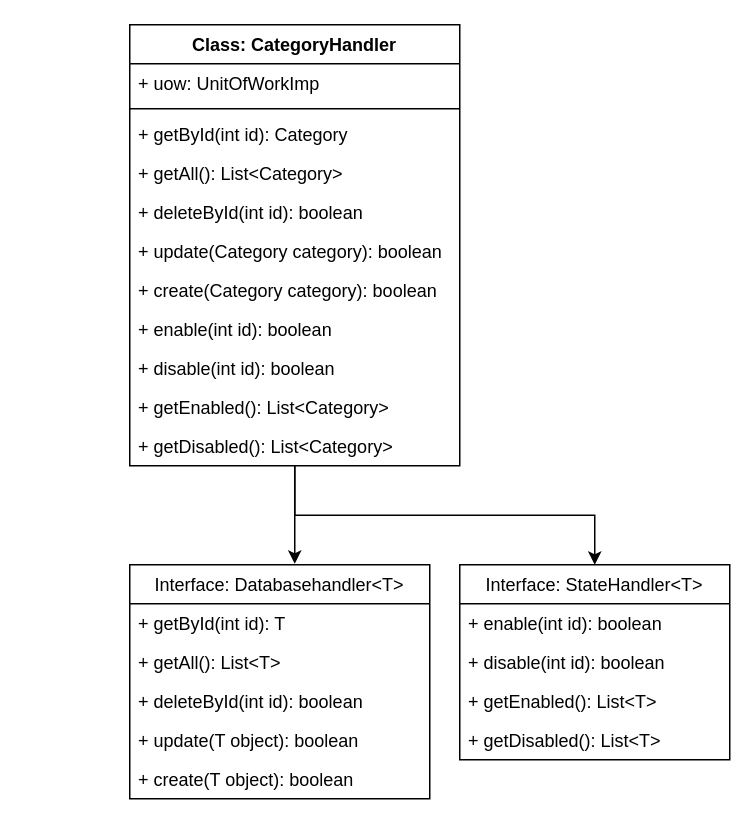
Earlier version of the draw.io diagram page "SRP-1" (1 of 15) of file/ASE_Diagramme.drawio (Nilsksk/Costtracker). Source tidied: cells renumbered, new cells numbered last; positions are measured from the earlier drawing's top-left corner, leaving out a move shared by most shapes. Both pictures are drawn from the tidied source at 150%, with x=0, y=0 at pixel (129, 24).
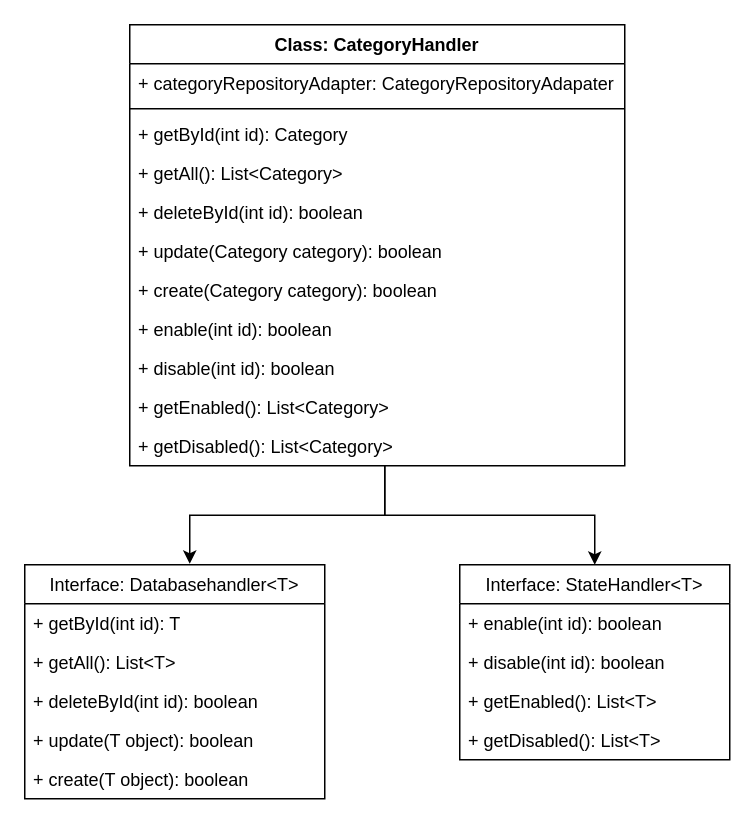
After the change.

The change refers to these unchanged cells:
```xml
<mxCell id="22" value="Interface: StateHandler&lt;T&gt;" style="swimlane;fontStyle=0;horizontal=1;startSize=26;fillColor=none;" parent="1" vertex="1">
  <mxGeometry x="220" y="360" width="180" height="130" as="geometry" />
</mxCell>
```

The edit, as a diff of the source:
```diff
@@
     <mxCell id="2" style="edgeStyle=orthogonalEdgeStyle;rounded=0;jettySize=auto;html=1;entryX=0.55;entryY=-0.004;entryDx=0;entryDy=0;entryPerimeter=0;" parent="1" edge="1" source="4" target="16">
-      <mxGeometry relative="1" as="geometry" />
+      <mxGeometry relative="1" as="geometry">
+        <Array as="points">
+          <mxPoint x="170" y="327" />
+          <mxPoint x="40" y="327" />
+        </Array>
+      </mxGeometry>
     </mxCell>
     <mxCell id="3" style="edgeStyle=orthogonalEdgeStyle;rounded=0;jettySize=auto;html=1;entryX=0.5;entryY=0;entryDx=0;entryDy=0;" parent="1" edge="1" source="4" target="22">
-      <mxGeometry relative="1" as="geometry" />
+      <mxGeometry relative="1" as="geometry">
+        <Array as="points">
+          <mxPoint x="170" y="327" />
+          <mxPoint x="310" y="327" />
+        </Array>
+      </mxGeometry>
     </mxCell>
     <mxCell id="4" value="Class: CategoryHandler" style="swimlane;fontStyle=1;align=center;verticalAlign=top;horizontal=1;startSize=26;" parent="1" vertex="1">
-      <mxGeometry width="220" height="294" as="geometry" />
+      <mxGeometry width="330" height="294" as="geometry" />
     </mxCell>
-    <mxCell id="5" value="+ uow: UnitOfWorkImp" style="text;strokeColor=none;fillColor=none;align=left;verticalAlign=top;spacingLeft=4;spacingRight=4;overflow=hidden;" parent="4" vertex="1">
-      <mxGeometry y="26" width="220" height="26" as="geometry" />
+    <mxCell id="5" value="+ categoryRepositoryAdapter: CategoryRepositoryAdapater" style="text;strokeColor=none;fillColor=none;align=left;verticalAlign=top;spacingLeft=4;spacingRight=4;overflow=hidden;" parent="4" vertex="1">
+      <mxGeometry y="26" width="330" height="26" as="geometry" />
     </mxCell>
     <mxCell id="6" style="line;strokeWidth=1;fillColor=none;align=left;verticalAlign=middle;spacingTop=-1;spacingLeft=3;spacingRight=3;labelPosition=right;" parent="4" vertex="1">
-      <mxGeometry y="52" width="220" height="8" as="geometry" />
+      <mxGeometry y="52" width="330" height="8" as="geometry" />
     </mxCell>
     <mxCell id="7" value="+ getById(int id): Category" style="text;strokeColor=none;fillColor=none;align=left;verticalAlign=top;spacingLeft=4;spacingRight=4;overflow=hidden;" parent="4" vertex="1">
-      <mxGeometry y="60" width="220" height="26" as="geometry" />
+      <mxGeometry y="60" width="330" height="26" as="geometry" />
     </mxCell>
     <mxCell id="8" value="+ getAll(): List&lt;Category&gt;" style="text;strokeColor=none;fillColor=none;align=left;verticalAlign=top;spacingLeft=4;spacingRight=4;overflow=hidden;" parent="4" vertex="1">
-      <mxGeometry y="86" width="220" height="26" as="geometry" />
+      <mxGeometry y="86" width="330" height="26" as="geometry" />
     </mxCell>
     <mxCell id="9" value="+ deleteById(int id): boolean" style="text;strokeColor=none;fillColor=none;align=left;verticalAlign=top;spacingLeft=4;spacingRight=4;overflow=hidden;" parent="4" vertex="1">
-      <mxGeometry y="112" width="220" height="26" as="geometry" />
+      <mxGeometry y="112" width="330" height="26" as="geometry" />
     </mxCell>
     <mxCell id="10" value="+ update(Category category): boolean" style="text;strokeColor=none;fillColor=none;align=left;verticalAlign=top;spacingLeft=4;spacingRight=4;overflow=hidden;" parent="4" vertex="1">
-      <mxGeometry y="138" width="220" height="26" as="geometry" />
+      <mxGeometry y="138" width="330" height="26" as="geometry" />
     </mxCell>
     <mxCell id="11" value="+ create(Category category): boolean" style="text;strokeColor=none;fillColor=none;align=left;verticalAlign=top;spacingLeft=4;spacingRight=4;overflow=hidden;" parent="4" vertex="1">
-      <mxGeometry y="164" width="220" height="26" as="geometry" />
+      <mxGeometry y="164" width="330" height="26" as="geometry" />
     </mxCell>
     <mxCell id="12" value="+ enable(int id): boolean" style="text;strokeColor=none;fillColor=none;align=left;verticalAlign=top;spacingLeft=4;spacingRight=4;overflow=hidden;" parent="4" vertex="1">
-      <mxGeometry y="190" width="220" height="26" as="geometry" />
+      <mxGeometry y="190" width="330" height="26" as="geometry" />
     </mxCell>
     <mxCell id="13" value="+ disable(int id): boolean" style="text;strokeColor=none;fillColor=none;align=left;verticalAlign=top;spacingLeft=4;spacingRight=4;overflow=hidden;" parent="4" vertex="1">
-      <mxGeometry y="216" width="220" height="26" as="geometry" />
+      <mxGeometry y="216" width="330" height="26" as="geometry" />
     </mxCell>
     <mxCell id="14" value="+ getEnabled(): List&lt;Category&gt;" style="text;strokeColor=none;fillColor=none;align=left;verticalAlign=top;spacingLeft=4;spacingRight=4;overflow=hidden;" parent="4" vertex="1">
-      <mxGeometry y="242" width="220" height="26" as="geometry" />
+      <mxGeometry y="242" width="330" height="26" as="geometry" />
     </mxCell>
     <mxCell id="15" value="+ getDisabled(): List&lt;Category&gt;" style="text;strokeColor=none;fillColor=none;align=left;verticalAlign=top;spacingLeft=4;spacingRight=4;overflow=hidden;" parent="4" vertex="1">
-      <mxGeometry y="268" width="220" height="26" as="geometry" />
+      <mxGeometry y="268" width="330" height="26" as="geometry" />
     </mxCell>
     <mxCell id="16" value="Interface: Databasehandler&lt;T&gt;" style="swimlane;fontStyle=0;horizontal=1;startSize=26;fillColor=none;" parent="1" vertex="1">
-      <mxGeometry y="360" width="200" height="156" as="geometry" />
+      <mxGeometry x="-70" y="360" width="200" height="156" as="geometry" />
     </mxCell>
```
